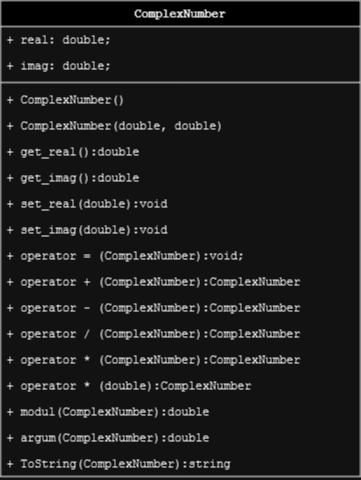
Before: ClassComplexNum/UML_Diagram.drawio.png, a diagram exported from draw.io (PerunovVadim/OOP-work). Source tidied: cells renumbered, new cells last; positions are measured from the earlier drawing's top-left corner, leaving out a move shared by most shapes.
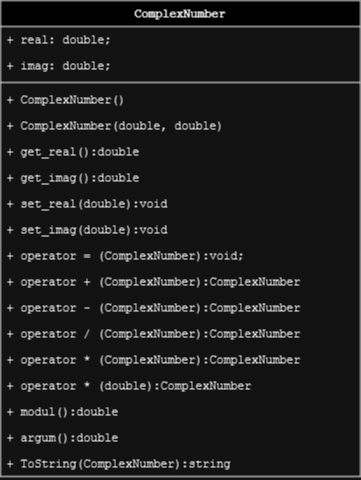
Above is the later version.

Commit message:
Fixed diagram, add examples,asserts

Diff of the diagram source:
```diff
@@ -50,10 +50,10 @@
     <mxCell id="17" value="+ operator * (double):ComplexNumber" style="text;strokeColor=none;fillColor=none;align=left;verticalAlign=top;spacingLeft=4;spacingRight=4;overflow=hidden;whiteSpace=wrap;html=1;fontFamily=Courier New;" parent="2" vertex="1">
       <mxGeometry y="372" width="360" height="26" as="geometry" />
     </mxCell>
-    <mxCell id="18" value="+ modul(ComplexNumber):double" style="text;strokeColor=none;fillColor=none;align=left;verticalAlign=top;spacingLeft=4;spacingRight=4;overflow=hidden;whiteSpace=wrap;html=1;fontFamily=Courier New;" parent="2" vertex="1">
+    <mxCell id="18" value="+ modul():double" style="text;strokeColor=none;fillColor=none;align=left;verticalAlign=top;spacingLeft=4;spacingRight=4;overflow=hidden;whiteSpace=wrap;html=1;fontFamily=Courier New;" parent="2" vertex="1">
       <mxGeometry y="398" width="360" height="26" as="geometry" />
     </mxCell>
-    <mxCell id="19" value="+ argum(ComplexNumber):double" style="text;strokeColor=none;fillColor=none;align=left;verticalAlign=top;spacingLeft=4;spacingRight=4;overflow=hidden;whiteSpace=wrap;html=1;fontFamily=Courier New;" parent="2" vertex="1">
+    <mxCell id="19" value="+ argum():double" style="text;strokeColor=none;fillColor=none;align=left;verticalAlign=top;spacingLeft=4;spacingRight=4;overflow=hidden;whiteSpace=wrap;html=1;fontFamily=Courier New;" parent="2" vertex="1">
       <mxGeometry y="424" width="360" height="26" as="geometry" />
     </mxCell>
     <mxCell id="20" value="+ ToString(ComplexNumber):string" style="text;strokeColor=none;fillColor=none;align=left;verticalAlign=top;spacingLeft=4;spacingRight=4;overflow=hidden;whiteSpace=wrap;html=1;fontFamily=Courier New;" parent="2" vertex="1">
```
